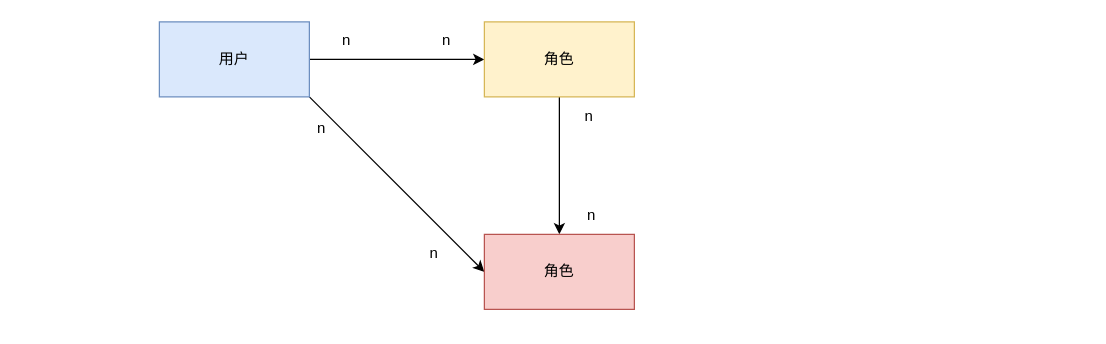
This is mango/权限控制数模设计.drawio from ciyuan1269691683/personal_picture_bed, a draw.io file, before an edit. Source tidied: cells renumbered, new cells numbered last; positions are measured from the earlier drawing's top-left corner, leaving out a move shared by most shapes. Both pictures are drawn from the tidied source at 125%, with x=0, y=0 at pixel (159, 21).
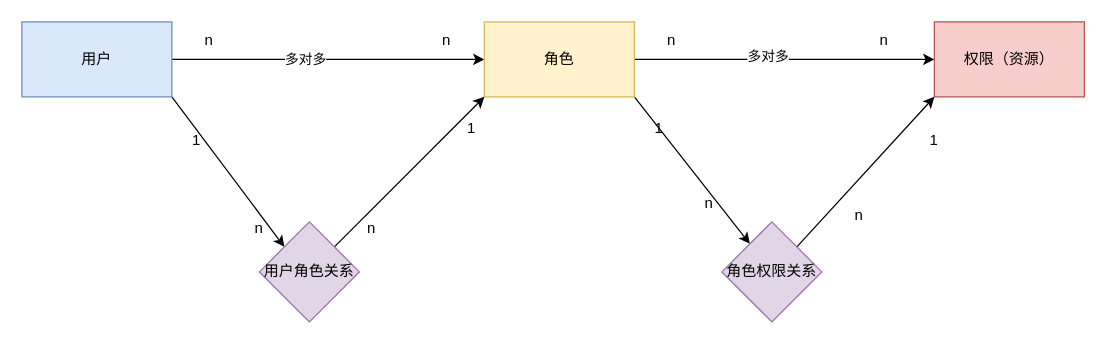
The same diagram, later.

Commit message:
更新权限控制数模设计.drawio

Unchanged cells that the change refers to:
```xml
<mxCell id="2" style="edgeStyle=orthogonalEdgeStyle;rounded=0;jettySize=auto;html=1;" parent="1" edge="1" source="4" target="6">
  <mxGeometry relative="1" as="geometry" />
</mxCell>
<mxCell id="5" style="edgeStyle=orthogonalEdgeStyle;rounded=0;jettySize=auto;html=1;" parent="1" edge="1" source="6" target="9">
  <mxGeometry relative="1" as="geometry" />
</mxCell>
<mxCell id="6" value="角色" style="rounded=0;whiteSpace=wrap;html=1;fillColor=#fff2cc;strokeColor=#d6b656;" parent="1" vertex="1">
  <mxGeometry x="260" width="120" height="60" as="geometry" />
</mxCell>
```

The edit, as a diff of the source:
```diff
@@
-    <mxCell id="3" style="rounded=0;jettySize=auto;html=1;exitX=1;exitY=1;exitDx=0;exitDy=0;entryX=0;entryY=0.5;entryDx=0;entryDy=0;" parent="1" edge="1" source="4" target="9">
-      <mxGeometry relative="1" as="geometry" />
-    </mxCell>
+    <mxCell id="14" value="多对多" style="edgeLabel;html=1;align=center;verticalAlign=middle;" parent="2" vertex="1">
+      <mxGeometry x="-0.15" y="1" relative="1" as="geometry" />
+    </mxCell>
+    <mxCell id="15" style="rounded=0;jettySize=auto;html=1;exitX=1;exitY=1;exitDx=0;exitDy=0;entryX=0;entryY=0;entryDx=0;entryDy=0;" parent="1" edge="1" source="4" target="21">
+      <mxGeometry relative="1" as="geometry" />
+    </mxCell>
     <mxCell id="4" value="用户" style="rounded=0;whiteSpace=wrap;html=1;fillColor=#dae8fc;strokeColor=#6c8ebf;" parent="1" vertex="1">
-      <mxGeometry width="120" height="60" as="geometry" />
+      <mxGeometry x="-110" width="120" height="60" as="geometry" />
     </mxCell>
@@
+    <mxCell id="16" value="多对多" style="edgeLabel;html=1;align=center;verticalAlign=middle;" parent="5" vertex="1">
+      <mxGeometry x="-0.12" y="3" relative="1" as="geometry" />
+    </mxCell>
+    <mxCell id="17" style="edgeStyle=none;rounded=0;jettySize=auto;html=1;exitX=1;exitY=1;exitDx=0;exitDy=0;" parent="1" edge="1" source="6" target="23">
+      <mxGeometry relative="1" as="geometry" />
+    </mxCell>
@@
     <mxCell id="7" value="n" style="text;html=1;strokeColor=none;fillColor=none;align=center;verticalAlign=middle;whiteSpace=wrap;rounded=0;" parent="1" vertex="1">
-      <mxGeometry x="120" width="60" height="30" as="geometry" />
+      <mxGeometry x="10" width="60" height="30" as="geometry" />
     </mxCell>
@@
-    <mxCell id="9" value="角色" style="rounded=0;whiteSpace=wrap;html=1;fillColor=#f8cecc;strokeColor=#b85450;" parent="1" vertex="1">
-      <mxGeometry x="260" y="170" width="120" height="60" as="geometry" />
+    <mxCell id="9" value="权限（资源）" style="rounded=0;whiteSpace=wrap;html=1;fillColor=#f8cecc;strokeColor=#b85450;" parent="1" vertex="1">
+      <mxGeometry x="620" width="120" height="60" as="geometry" />
     </mxCell>
-    <mxCell id="10" value="n" style="text;html=1;strokeColor=none;fillColor=none;align=center;verticalAlign=middle;whiteSpace=wrap;rounded=0;" parent="1" vertex="1">
-      <mxGeometry x="100" y="70" width="60" height="30" as="geometry" />
-    </mxCell>
-    <mxCell id="11" value="n" style="text;html=1;strokeColor=none;fillColor=none;align=center;verticalAlign=middle;whiteSpace=wrap;rounded=0;" parent="1" vertex="1">
-      <mxGeometry x="190" y="170" width="60" height="30" as="geometry" />
-    </mxCell>
-    <mxCell id="12" value="n" style="text;html=1;strokeColor=none;fillColor=none;align=center;verticalAlign=middle;whiteSpace=wrap;rounded=0;" parent="1" vertex="1">
-      <mxGeometry x="314" y="61" width="60" height="30" as="geometry" />
-    </mxCell>
-    <mxCell id="13" value="n" style="text;html=1;strokeColor=none;fillColor=none;align=center;verticalAlign=middle;whiteSpace=wrap;rounded=0;" parent="1" vertex="1">
-      <mxGeometry x="316" y="140" width="60" height="30" as="geometry" />
-    </mxCell>
+    <mxCell id="18" value="n" style="text;html=1;strokeColor=none;fillColor=none;align=center;verticalAlign=middle;whiteSpace=wrap;rounded=0;" parent="1" vertex="1">
+      <mxGeometry x="380" width="60" height="30" as="geometry" />
+    </mxCell>
+    <mxCell id="19" value="n" style="text;html=1;strokeColor=none;fillColor=none;align=center;verticalAlign=middle;whiteSpace=wrap;rounded=0;" parent="1" vertex="1">
+      <mxGeometry x="550" width="60" height="30" as="geometry" />
+    </mxCell>
+    <mxCell id="20" style="edgeStyle=none;rounded=0;jettySize=auto;html=1;exitX=1;exitY=0;exitDx=0;exitDy=0;entryX=0;entryY=1;entryDx=0;entryDy=0;" parent="1" edge="1" source="21" target="6">
+      <mxGeometry relative="1" as="geometry" />
+    </mxCell>
+    <mxCell id="21" value="用户角色关系" style="rhombus;whiteSpace=wrap;html=1;fillColor=#e1d5e7;strokeColor=#9673a6;" parent="1" vertex="1">
+      <mxGeometry x="80" y="160" width="80" height="80" as="geometry" />
+    </mxCell>
+    <mxCell id="22" style="edgeStyle=none;rounded=0;jettySize=auto;html=1;exitX=1;exitY=0;exitDx=0;exitDy=0;entryX=0;entryY=1;entryDx=0;entryDy=0;" parent="1" edge="1" source="23" target="9">
+      <mxGeometry relative="1" as="geometry" />
+    </mxCell>
+    <mxCell id="23" value="角色权限关系" style="rhombus;whiteSpace=wrap;html=1;fillColor=#e1d5e7;strokeColor=#9673a6;" parent="1" vertex="1">
+      <mxGeometry x="450" y="160" width="80" height="80" as="geometry" />
+    </mxCell>
+    <mxCell id="24" value="1" style="text;html=1;strokeColor=none;fillColor=none;align=center;verticalAlign=middle;whiteSpace=wrap;rounded=0;" parent="1" vertex="1">
+      <mxGeometry y="80" width="60" height="30" as="geometry" />
+    </mxCell>
+    <mxCell id="25" value="n" style="text;html=1;strokeColor=none;fillColor=none;align=center;verticalAlign=middle;whiteSpace=wrap;rounded=0;" parent="1" vertex="1">
+      <mxGeometry x="50" y="150" width="60" height="30" as="geometry" />
+    </mxCell>
+    <mxCell id="26" value="n" style="text;html=1;strokeColor=none;fillColor=none;align=center;verticalAlign=middle;whiteSpace=wrap;rounded=0;" parent="1" vertex="1">
+      <mxGeometry x="140" y="150" width="60" height="30" as="geometry" />
+    </mxCell>
+    <mxCell id="27" value="1" style="text;html=1;strokeColor=none;fillColor=none;align=center;verticalAlign=middle;whiteSpace=wrap;rounded=0;" parent="1" vertex="1">
+      <mxGeometry x="220" y="70" width="60" height="30" as="geometry" />
+    </mxCell>
+    <mxCell id="28" value="1" style="text;html=1;strokeColor=none;fillColor=none;align=center;verticalAlign=middle;whiteSpace=wrap;rounded=0;" parent="1" vertex="1">
+      <mxGeometry x="370" y="70" width="60" height="30" as="geometry" />
+    </mxCell>
+    <mxCell id="29" value="n" style="text;html=1;strokeColor=none;fillColor=none;align=center;verticalAlign=middle;whiteSpace=wrap;rounded=0;" parent="1" vertex="1">
+      <mxGeometry x="410" y="130" width="60" height="30" as="geometry" />
+    </mxCell>
+    <mxCell id="30" value="n" style="text;html=1;strokeColor=none;fillColor=none;align=center;verticalAlign=middle;whiteSpace=wrap;rounded=0;" parent="1" vertex="1">
+      <mxGeometry x="530" y="140" width="60" height="30" as="geometry" />
+    </mxCell>
+    <mxCell id="31" value="1" style="text;html=1;strokeColor=none;fillColor=none;align=center;verticalAlign=middle;whiteSpace=wrap;rounded=0;" parent="1" vertex="1">
+      <mxGeometry x="590" y="80" width="60" height="30" as="geometry" />
+    </mxCell>
```
